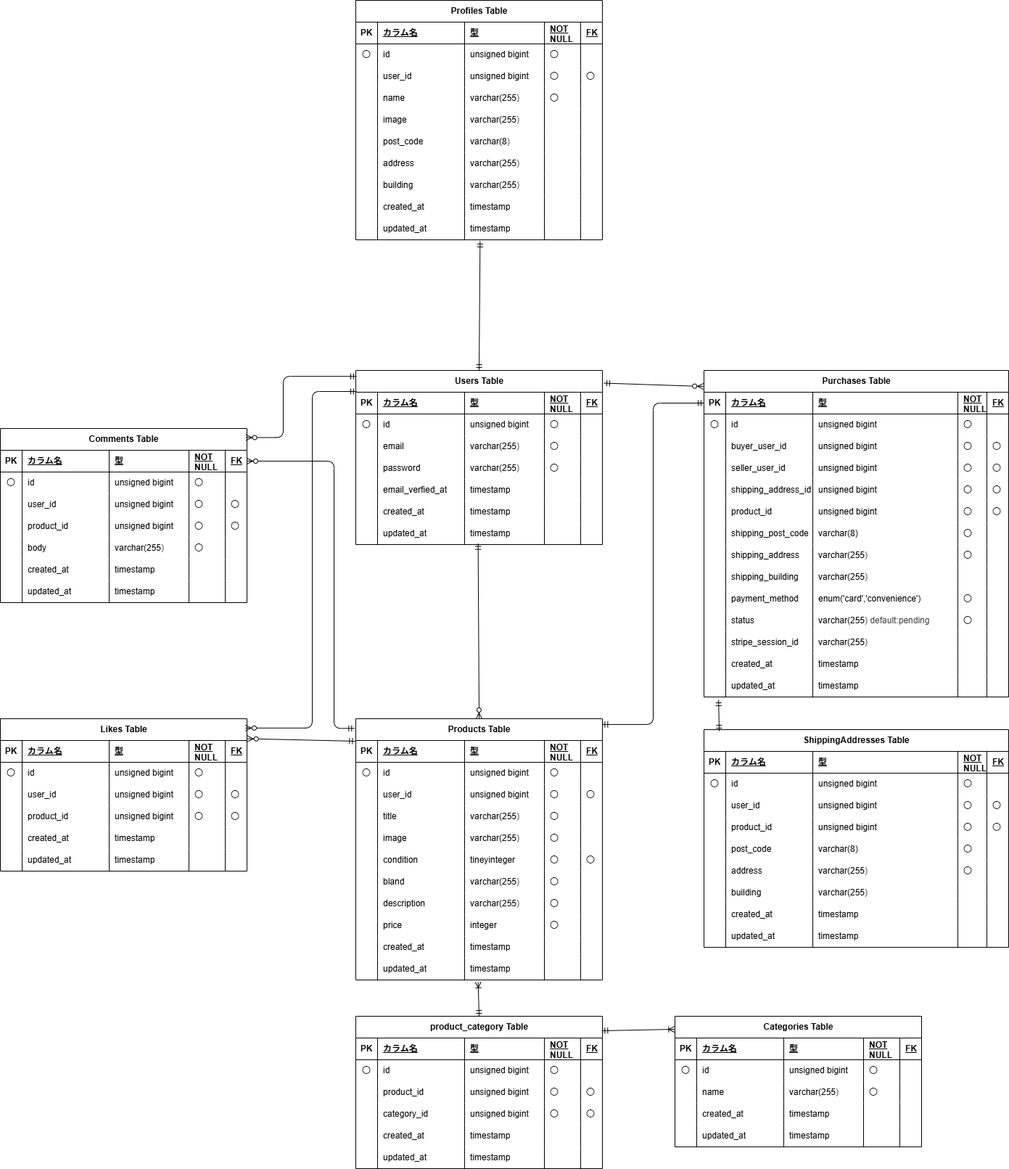
ErikoKikuchi/mock-case1 keeps this draw.io diagram as mock-case1.png. Above is the earlier version. Source tidied: cells renumbered, new cells last; positions are measured from the earlier drawing's top-left corner, leaving out a move shared by most shapes.
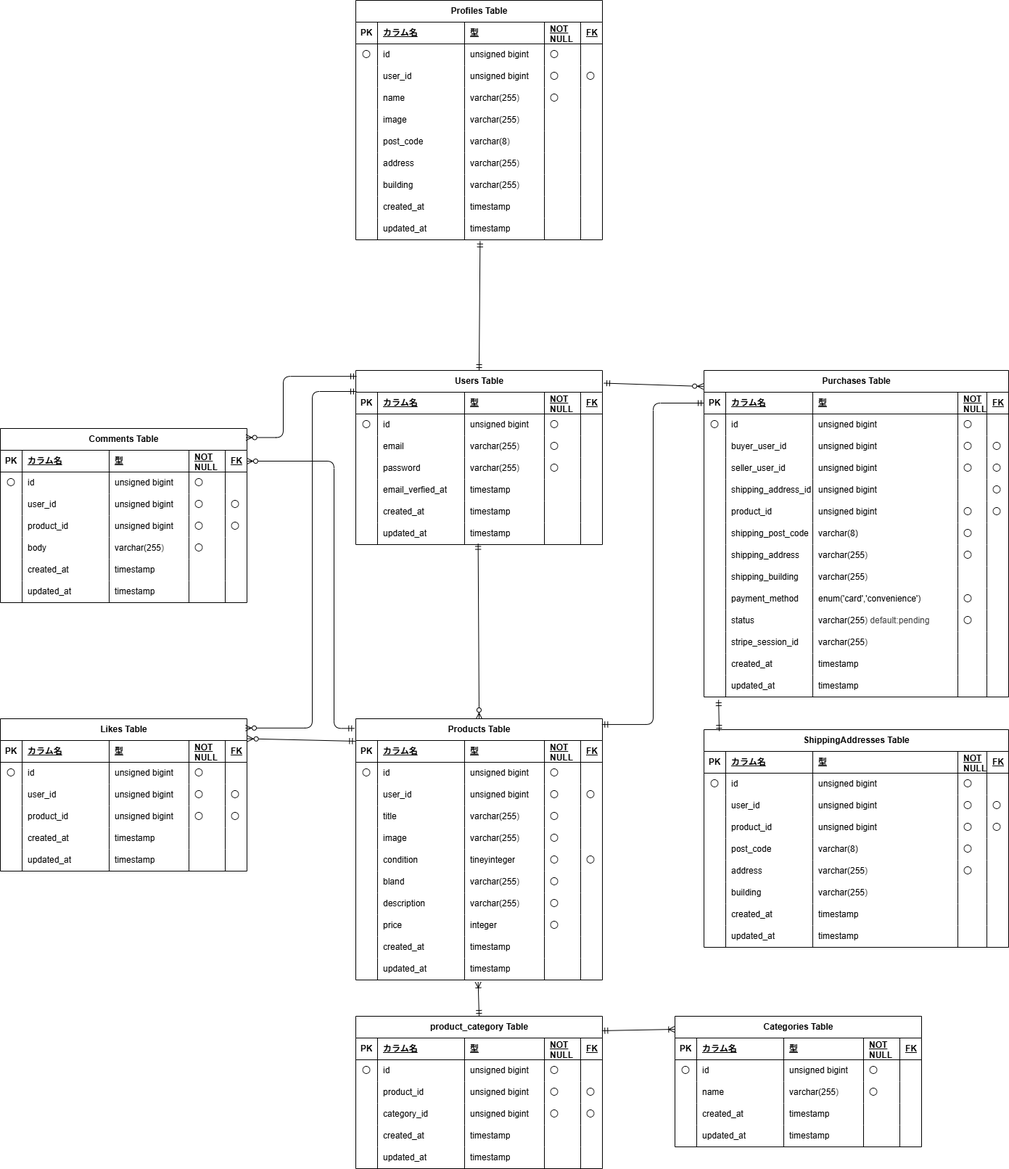
After the commit.

Diff of the diagram source:
```diff
@@ -551,7 +551,7 @@
     <mxCell id="184" value="&lt;span style=&quot;color: rgb(0, 0, 0);&quot;&gt;unsigned bigint&lt;/span&gt;" style="shape=partialRectangle;fillColor=none;top=0;left=0;bottom=0;right=0;align=left;spacingLeft=6;overflow=hidden;whiteSpace=wrap;html=1;" parent="181" vertex="1">
       <mxGeometry x="150" width="200" height="30" as="geometry" />
     </mxCell>
-    <mxCell id="185" value="&lt;span style=&quot;color: rgb(0, 0, 0);&quot;&gt;〇&lt;/span&gt;" style="shape=partialRectangle;fillColor=none;top=0;left=0;bottom=0;right=0;align=left;spacingLeft=6;overflow=hidden;whiteSpace=wrap;html=1;" parent="181" vertex="1">
+    <mxCell id="185" style="shape=partialRectangle;fillColor=none;top=0;left=0;bottom=0;right=0;align=left;spacingLeft=6;overflow=hidden;whiteSpace=wrap;html=1;" parent="181" vertex="1">
       <mxGeometry x="350" width="40" height="30" as="geometry" />
     </mxCell>
     <mxCell id="186" value="&lt;span style=&quot;color: rgb(0, 0, 0);&quot;&gt;〇&lt;/span&gt;" style="shape=partialRectangle;fillColor=none;top=0;left=0;bottom=0;right=0;align=left;spacingLeft=6;overflow=hidden;whiteSpace=wrap;html=1;" parent="181" vertex="1">
```
